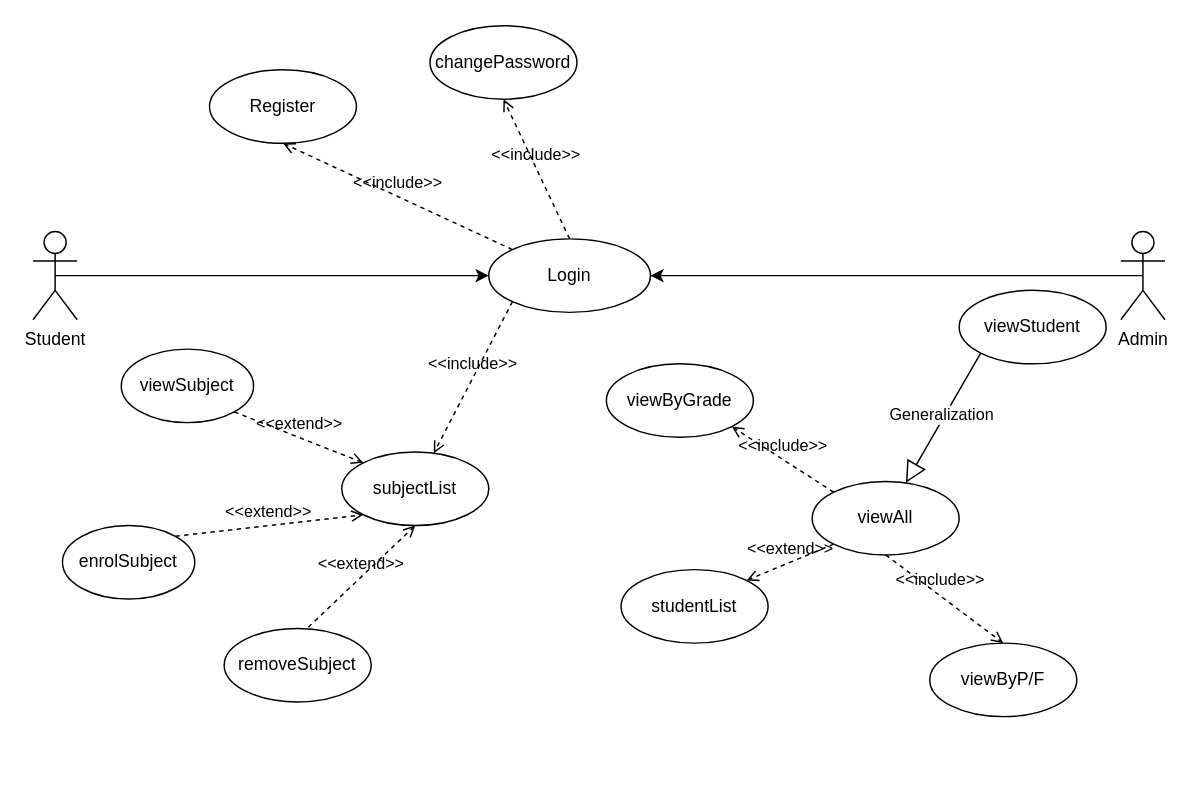
Earlier version of the draw.io diagram Assg1 University Enrol.drawio (T0R11zzz/Univesity-Enrol). Source tidied: cells renumbered, new cells numbered last; positions are measured from the earlier drawing's top-left corner, leaving out a move shared by most shapes. Both pictures are drawn from the tidied source at 147%, with x=0, y=0 at pixel (32, 25).
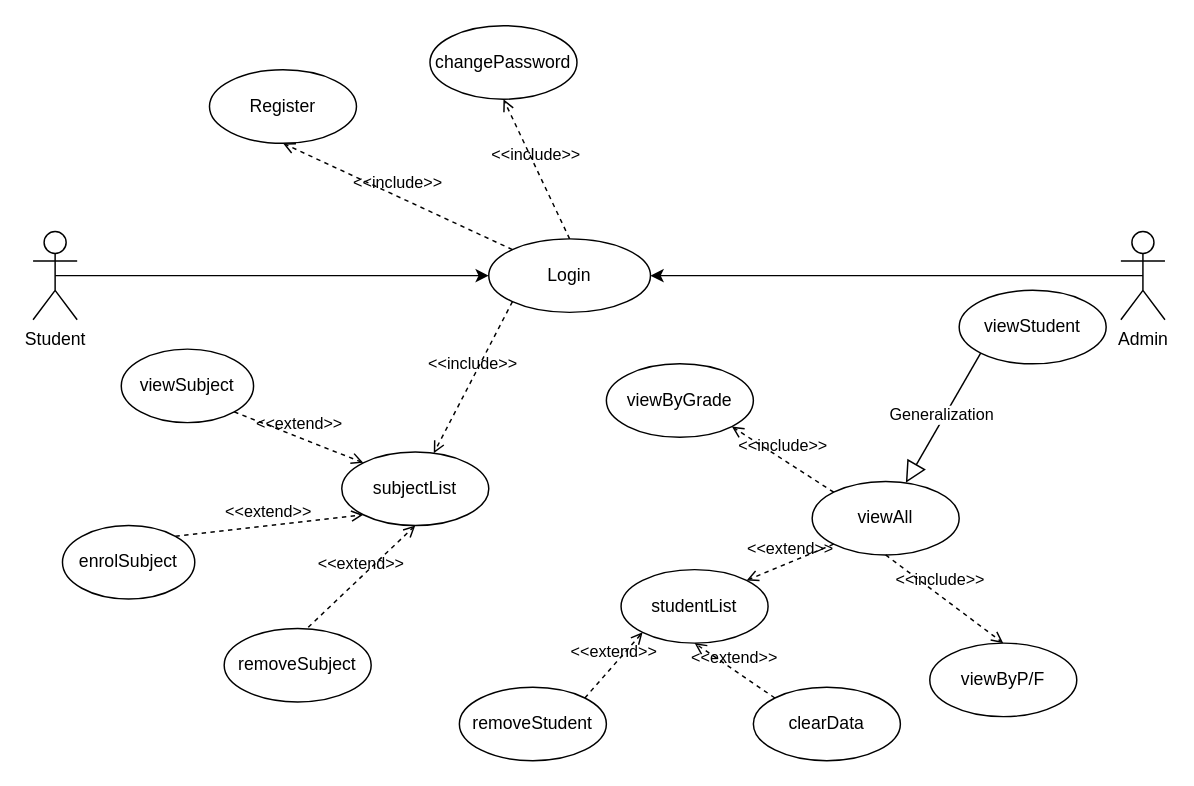
The same page after the edit.

Unchanged cells that the change refers to:
```xml
<mxCell id="27" value="studentList" style="ellipse;whiteSpace=wrap;html=1;" parent="1" vertex="1">
  <mxGeometry x="400" y="370" width="100" height="50" as="geometry" />
</mxCell>
```

What changed in the source:
```diff
@@
+    <mxCell id="29" value="removeStudent" style="ellipse;whiteSpace=wrap;html=1;" parent="1" vertex="1">
+      <mxGeometry x="290" y="450" width="100" height="50" as="geometry" />
+    </mxCell>
+    <mxCell id="30" value="&amp;lt;&amp;lt;extend&amp;gt;&amp;gt;" style="html=1;verticalAlign=bottom;labelBackgroundColor=none;endArrow=open;endFill=0;dashed=1;rounded=0;exitX=1;exitY=0;exitDx=0;exitDy=0;entryX=0;entryY=1;entryDx=0;entryDy=0;" parent="1" edge="1" source="29" target="27">
+      <mxGeometry relative="1" as="geometry" />
+    </mxCell>
+    <mxCell id="31" value="clearData" style="ellipse;whiteSpace=wrap;html=1;" parent="1" vertex="1">
+      <mxGeometry x="490" y="450" width="100" height="50" as="geometry" />
+    </mxCell>
+    <mxCell id="32" value="&amp;lt;&amp;lt;extend&amp;gt;&amp;gt;" style="html=1;verticalAlign=bottom;labelBackgroundColor=none;endArrow=open;endFill=0;dashed=1;rounded=0;exitX=0;exitY=0;exitDx=0;exitDy=0;entryX=0.5;entryY=1;entryDx=0;entryDy=0;" parent="1" edge="1" source="31" target="27">
+      <mxGeometry relative="1" as="geometry" />
+    </mxCell>
```
